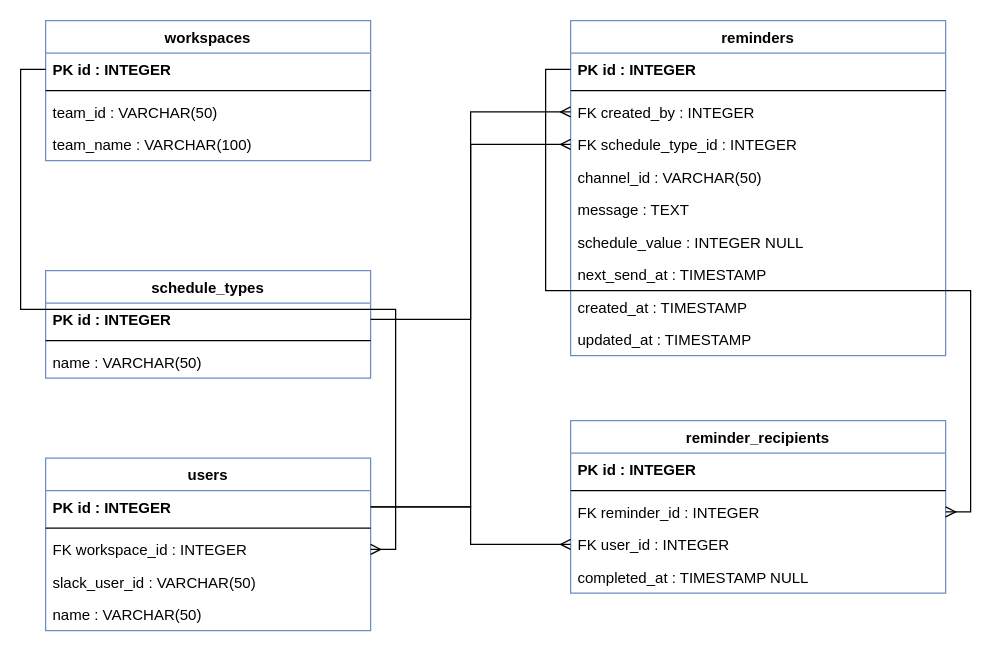
The draw.io diagram データベース設計/データベースモデリング4/er_diagram.dio in DaisukeKikukawa/Praha-Challenge, before the edit. Source tidied: cells renumbered, new cells numbered last; positions are measured from the earlier drawing's top-left corner, leaving out a move shared by most shapes. Both pictures are drawn from the tidied source at 125%, with x=0, y=0 at pixel (45, 20).
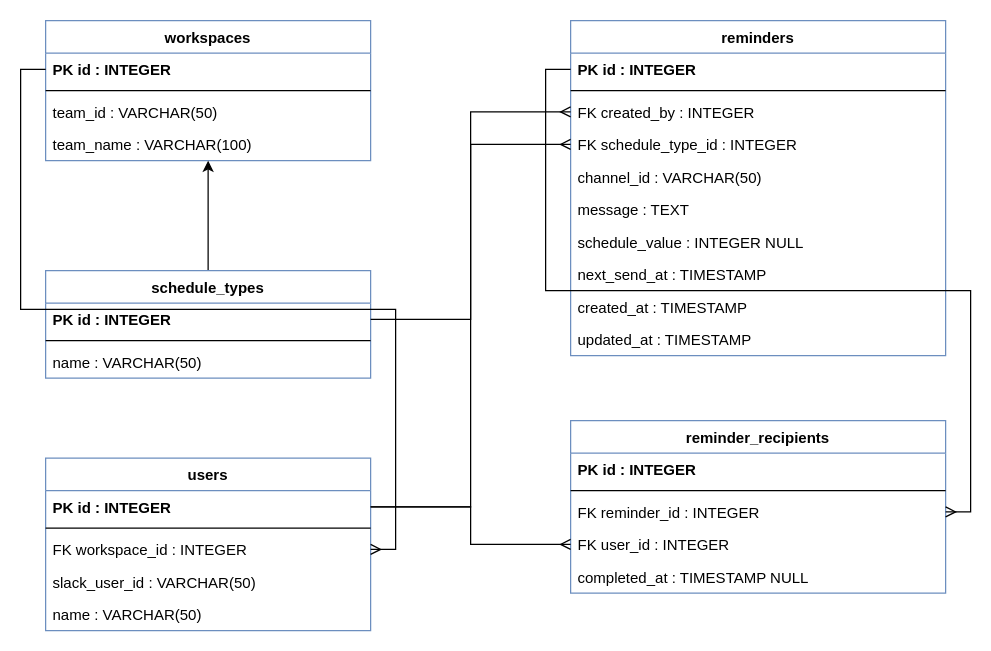
The same diagram, later.

The change refers to these unchanged cells:
```xml
<mxCell id="6" value="     team_name : VARCHAR(100)" style="text;strokeColor=none;fillColor=none;align=left;verticalAlign=top;spacingLeft=4;spacingRight=4;overflow=hidden;points=[[0,0.5],[1,0.5]];portConstraint=eastwest;" parent="2" vertex="1">
  <mxGeometry y="86" width="260" height="26" as="geometry" />
</mxCell>
<mxCell id="7" value="schedule_types" style="swimlane;fontStyle=1;align=center;verticalAlign=top;horizontal=1;startSize=26;fillColor=none;strokeColor=#6c8ebf;" parent="1" vertex="1">
  <mxGeometry y="200" width="260" height="86" as="geometry" />
</mxCell>
```

The edit, as a diff of the source:
```diff
@@
+    <mxCell id="39" style="edgeStyle=none;html=1;" parent="1" edge="1" source="7" target="6">
+      <mxGeometry relative="1" as="geometry" />
+    </mxCell>
```
